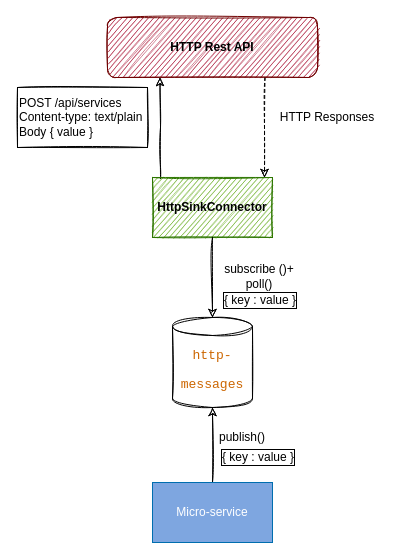
The draw.io diagram page "workflow2" (3 of 7) of docs/schemas.drawio in LGouellec/kafka-http-request-reply, before the edit. Source tidied: cells renumbered, new cells numbered last; positions are measured from the earlier drawing's top-left corner, leaving out a move shared by most shapes. Both pictures are drawn from the tidied source at 100%, with x=0, y=0 at pixel (17, 17).
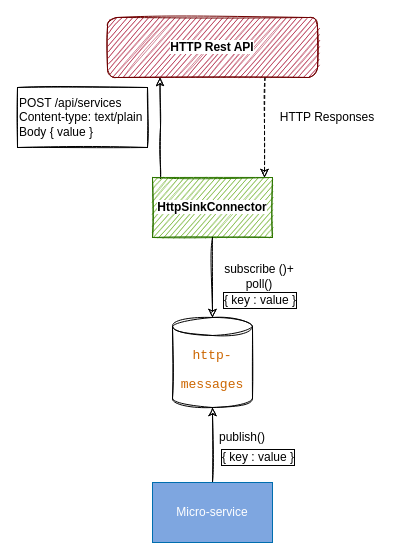
The same diagram, later.

Diff of the diagram source:
```diff
@@
 <mxGraphModel>
   <root>
     <mxCell id="0" />
     <mxCell id="1" parent="0" />
     <mxCell id="2" style="edgeStyle=orthogonalEdgeStyle;rounded=0;jettySize=auto;html=1;exitX=0.067;exitY=0.017;exitDx=0;exitDy=0;entryX=0.25;entryY=1;entryDx=0;entryDy=0;exitPerimeter=0;sketch=1;" parent="1" edge="1" source="3" target="13">
       <mxGeometry relative="1" as="geometry" />
     </mxCell>
-    <mxCell id="3" value="&lt;font color=&quot;#000000&quot;&gt;&lt;b&gt;HttpSinkConnector&lt;/b&gt;&lt;/font&gt;" style="rounded=0;whiteSpace=wrap;html=1;sketch=1;fillColor=#60a917;fontColor=#ffffff;strokeColor=#2D7600;" parent="1" vertex="1">
+    <mxCell id="3" value="&lt;font color=&quot;#000000&quot;&gt;&lt;b style=&quot;background-color: rgb(255 , 255 , 255)&quot;&gt;HttpSinkConnector&lt;/b&gt;&lt;/font&gt;" style="rounded=0;whiteSpace=wrap;html=1;sketch=1;fillColor=#60a917;fontColor=#ffffff;strokeColor=#2D7600;" parent="1" vertex="1">
       <mxGeometry x="135" y="160" width="120" height="60" as="geometry" />
     </mxCell>
     <mxCell id="4" value="&lt;pre style=&quot;font-family: &amp;#34;jetbrains mono&amp;#34; , monospace ; font-size: 9.8pt&quot;&gt;&lt;font color=&quot;#cc6600&quot;&gt;http-&lt;/font&gt;&lt;/pre&gt;&lt;pre style=&quot;font-family: &amp;#34;jetbrains mono&amp;#34; , monospace ; font-size: 9.8pt&quot;&gt;&lt;font color=&quot;#cc6600&quot;&gt;messages&lt;/font&gt;&lt;/pre&gt;" style="shape=cylinder3;whiteSpace=wrap;html=1;boundedLbl=1;backgroundOutline=1;size=9;sketch=1;" parent="1" vertex="1">
       <mxGeometry x="155" y="300" width="80" height="90" as="geometry" />
     </mxCell>
     <mxCell id="5" style="endArrow=classic;html=1;exitX=0.5;exitY=1;exitDx=0;exitDy=0;entryX=0.5;entryY=0;entryDx=0;entryDy=0;entryPerimeter=0;sketch=1;" parent="1" edge="1" source="3" target="4">
       <mxGeometry relative="1" as="geometry" />
     </mxCell>
     <mxCell id="6" style="edgeStyle=orthogonalEdgeStyle;rounded=0;jettySize=auto;html=1;entryX=0.5;entryY=1;entryDx=0;entryDy=0;entryPerimeter=0;sketch=1;" parent="1" edge="1" source="7" target="4">
       <mxGeometry relative="1" as="geometry" />
     </mxCell>
     <mxCell id="7" value="Micro-service" style="rounded=0;whiteSpace=wrap;html=1;fillColor=#7EA6E0;fontColor=#ffffff;strokeColor=#006EAF;sketch=0;" parent="1" vertex="1">
       <mxGeometry x="135" y="465" width="120" height="60" as="geometry" />
     </mxCell>
     <mxCell id="8" value="publish()" style="text;html=1;strokeColor=none;fillColor=none;align=center;verticalAlign=middle;whiteSpace=wrap;rounded=0;sketch=1;" parent="1" vertex="1">
       <mxGeometry x="205" y="410" width="40" height="20" as="geometry" />
     </mxCell>
     <mxCell id="9" value="subscribe ()+ poll()" style="text;html=1;strokeColor=none;fillColor=none;align=center;verticalAlign=middle;whiteSpace=wrap;rounded=0;sketch=1;" parent="1" vertex="1">
       <mxGeometry x="198" y="249" width="88" height="20" as="geometry" />
     </mxCell>
     <mxCell id="10" value="{ key : value }" style="text;html=1;strokeColor=none;fillColor=none;align=center;verticalAlign=middle;whiteSpace=wrap;rounded=0;labelBorderColor=#000000;sketch=1;" parent="1" vertex="1">
       <mxGeometry x="196" y="430" width="90" height="20" as="geometry" />
     </mxCell>
     <mxCell id="11" value="{ key : value }" style="text;html=1;strokeColor=none;fillColor=none;align=center;verticalAlign=middle;whiteSpace=wrap;rounded=0;labelBorderColor=#000000;sketch=1;" parent="1" vertex="1">
       <mxGeometry x="198" y="273" width="90" height="20" as="geometry" />
     </mxCell>
     <mxCell id="12" style="edgeStyle=orthogonalEdgeStyle;rounded=0;jettySize=auto;html=1;exitX=0.75;exitY=1;exitDx=0;exitDy=0;dashed=1;sketch=1;" parent="1" edge="1" source="13">
       <mxGeometry relative="1" as="geometry">
         <mxPoint x="247" y="160" as="targetPoint" />
       </mxGeometry>
     </mxCell>
-    <mxCell id="13" value="&lt;font color=&quot;#000000&quot;&gt;&lt;b&gt;HTTP Rest API&lt;/b&gt;&lt;/font&gt;" style="rounded=1;whiteSpace=wrap;html=1;sketch=1;fillColor=#a20025;fontColor=#ffffff;strokeColor=#6F0000;" parent="1" vertex="1">
+    <mxCell id="13" value="&lt;font color=&quot;#000000&quot;&gt;&lt;b style=&quot;background-color: rgb(255 , 255 , 255)&quot;&gt;HTTP Rest API&lt;/b&gt;&lt;/font&gt;" style="rounded=1;whiteSpace=wrap;html=1;sketch=1;fillColor=#a20025;fontColor=#ffffff;strokeColor=#6F0000;" parent="1" vertex="1">
       <mxGeometry x="90" width="210" height="60" as="geometry" />
     </mxCell>
     <mxCell id="14" value="POST /api/services&lt;br&gt;Content-type: text/plain&lt;br&gt;Body { value }" style="text;html=1;strokeColor=default;fillColor=none;align=left;verticalAlign=middle;whiteSpace=wrap;rounded=0;sketch=1;" parent="1" vertex="1">
       <mxGeometry y="70" width="130" height="60" as="geometry" />
     </mxCell>
     <mxCell id="15" value="HTTP Responses" style="text;html=1;strokeColor=none;fillColor=none;align=center;verticalAlign=middle;whiteSpace=wrap;rounded=0;sketch=1;" parent="1" vertex="1">
       <mxGeometry x="260" y="90" width="100" height="20" as="geometry" />
     </mxCell>
   </root>
 </mxGraphModel>
```
